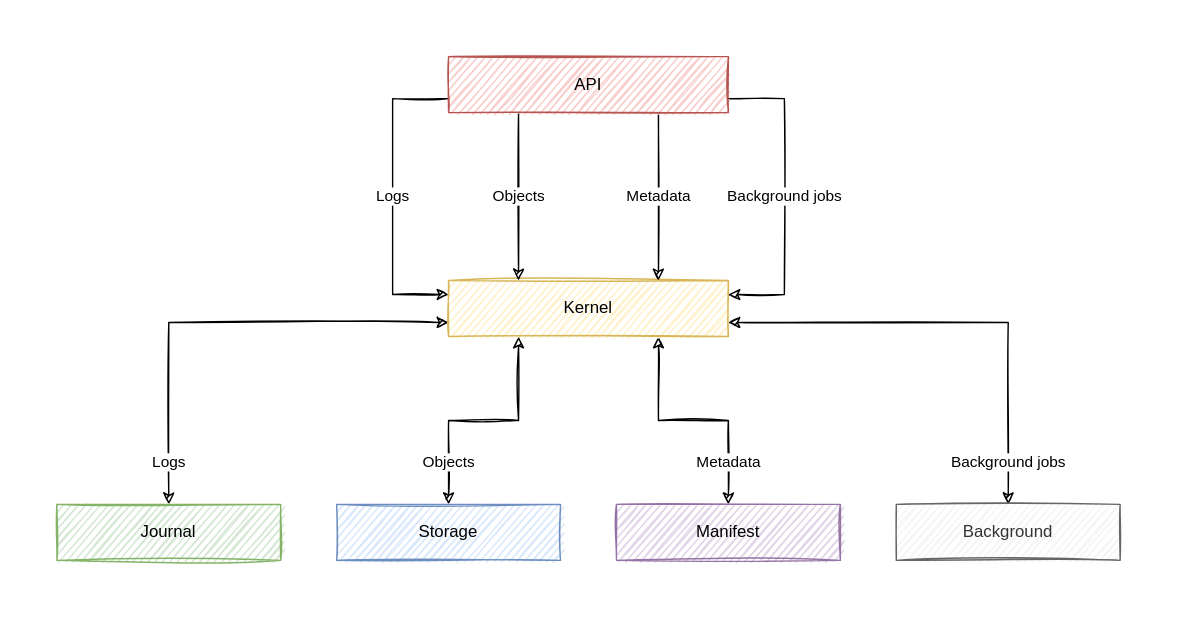
engula/engula keeps this draw.io diagram as docs/images/kernel-implementation.drawio.svg. Above is the earlier version. Source tidied: cells renumbered, new cells last; positions are measured from the earlier drawing's top-left corner, leaving out a move shared by most shapes. Its diagram source:
```xml
<mxGraphModel>
  <root>
    <mxCell id="0" />
    <mxCell id="1" parent="0" />
    <mxCell id="2" style="rounded=0;whiteSpace=wrap;html=1;strokeColor=none;sketch=1;" parent="1" vertex="1">
      <mxGeometry width="840" height="440" as="geometry" />
    </mxCell>
    <mxCell id="3" value="Logs" style="edgeStyle=orthogonalEdgeStyle;html=1;exitX=0;exitY=0.75;exitDx=0;exitDy=0;entryX=0.5;entryY=0;entryDx=0;entryDy=0;sketch=1;rounded=0;startArrow=classic;startFill=1;" parent="1" edge="1" source="7" target="14">
      <mxGeometry x="0.82" relative="1" as="geometry" />
    </mxCell>
    <mxCell id="4" value="Objects" style="edgeStyle=orthogonalEdgeStyle;html=1;exitX=0.25;exitY=1;exitDx=0;exitDy=0;entryX=0.5;entryY=0;entryDx=0;entryDy=0;sketch=1;rounded=0;startArrow=classic;startFill=1;" parent="1" edge="1" source="7" target="8">
      <mxGeometry x="0.65" relative="1" as="geometry">
        <Array as="points">
          <mxPoint x="370" y="300" />
          <mxPoint x="320" y="300" />
        </Array>
      </mxGeometry>
    </mxCell>
    <mxCell id="5" value="Background jobs" style="edgeStyle=orthogonalEdgeStyle;rounded=0;sketch=1;html=1;exitX=1;exitY=0.75;exitDx=0;exitDy=0;entryX=0.5;entryY=0;entryDx=0;entryDy=0;startArrow=classic;startFill=1;" parent="1" edge="1" source="7" target="15">
      <mxGeometry x="0.82" relative="1" as="geometry" />
    </mxCell>
    <mxCell id="6" value="Metadata" style="edgeStyle=orthogonalEdgeStyle;rounded=0;sketch=1;html=1;exitX=0.75;exitY=1;exitDx=0;exitDy=0;entryX=0.5;entryY=0;entryDx=0;entryDy=0;startArrow=classic;startFill=1;" parent="1" edge="1" source="7" target="16">
      <mxGeometry x="0.65" relative="1" as="geometry" />
    </mxCell>
    <mxCell id="7" value="Kernel" style="rounded=0;whiteSpace=wrap;html=1;sketch=1;fillColor=#fff2cc;strokeColor=#d6b656;" parent="1" vertex="1">
      <mxGeometry x="320" y="200" width="200" height="40" as="geometry" />
    </mxCell>
    <mxCell id="8" value="Storage" style="rounded=0;whiteSpace=wrap;html=1;sketch=1;fillColor=#dae8fc;strokeColor=#6c8ebf;" parent="1" vertex="1">
      <mxGeometry x="240" y="360" width="160" height="40" as="geometry" />
    </mxCell>
    <mxCell id="9" value="Logs" style="edgeStyle=orthogonalEdgeStyle;rounded=0;sketch=1;html=1;exitX=0;exitY=0.75;exitDx=0;exitDy=0;entryX=0;entryY=0.25;entryDx=0;entryDy=0;startArrow=none;startFill=0;entryPerimeter=0;" parent="1" edge="1" source="13" target="7">
      <mxGeometry relative="1" as="geometry">
        <Array as="points">
          <mxPoint x="280" y="70" />
          <mxPoint x="280" y="210" />
        </Array>
      </mxGeometry>
    </mxCell>
    <mxCell id="10" value="Metadata" style="edgeStyle=orthogonalEdgeStyle;rounded=0;sketch=1;html=1;exitX=0.75;exitY=1;exitDx=0;exitDy=0;entryX=0.75;entryY=0;entryDx=0;entryDy=0;startArrow=none;startFill=0;" parent="1" edge="1" source="13" target="7">
      <mxGeometry relative="1" as="geometry" />
    </mxCell>
    <mxCell id="11" value="Objects" style="edgeStyle=orthogonalEdgeStyle;rounded=0;sketch=1;html=1;exitX=0.25;exitY=1;exitDx=0;exitDy=0;entryX=0.25;entryY=0;entryDx=0;entryDy=0;startArrow=none;startFill=0;" parent="1" edge="1" source="13" target="7">
      <mxGeometry relative="1" as="geometry" />
    </mxCell>
    <mxCell id="12" value="Background jobs" style="edgeStyle=orthogonalEdgeStyle;rounded=0;sketch=1;html=1;exitX=1;exitY=0.75;exitDx=0;exitDy=0;entryX=1;entryY=0.25;entryDx=0;entryDy=0;startArrow=none;startFill=0;" parent="1" edge="1" source="13" target="7">
      <mxGeometry relative="1" as="geometry">
        <Array as="points">
          <mxPoint x="560" y="70" />
          <mxPoint x="560" y="210" />
        </Array>
      </mxGeometry>
    </mxCell>
    <mxCell id="13" value="API" style="rounded=0;whiteSpace=wrap;html=1;sketch=1;fillColor=#f8cecc;strokeColor=#b85450;" parent="1" vertex="1">
      <mxGeometry x="320" y="40" width="200" height="40" as="geometry" />
    </mxCell>
    <mxCell id="14" value="Journal" style="rounded=0;whiteSpace=wrap;html=1;sketch=1;fillColor=#d5e8d4;strokeColor=#82b366;" parent="1" vertex="1">
      <mxGeometry x="40" y="360" width="160" height="40" as="geometry" />
    </mxCell>
    <mxCell id="15" value="Background" style="rounded=0;whiteSpace=wrap;html=1;sketch=1;fillColor=#f5f5f5;strokeColor=#666666;fontColor=#333333;" parent="1" vertex="1">
      <mxGeometry x="640" y="360" width="160" height="40" as="geometry" />
    </mxCell>
    <mxCell id="16" value="Manifest" style="rounded=0;whiteSpace=wrap;html=1;sketch=1;fillColor=#e1d5e7;strokeColor=#9673a6;" parent="1" vertex="1">
      <mxGeometry x="440" y="360" width="160" height="40" as="geometry" />
    </mxCell>
  </root>
</mxGraphModel>
```
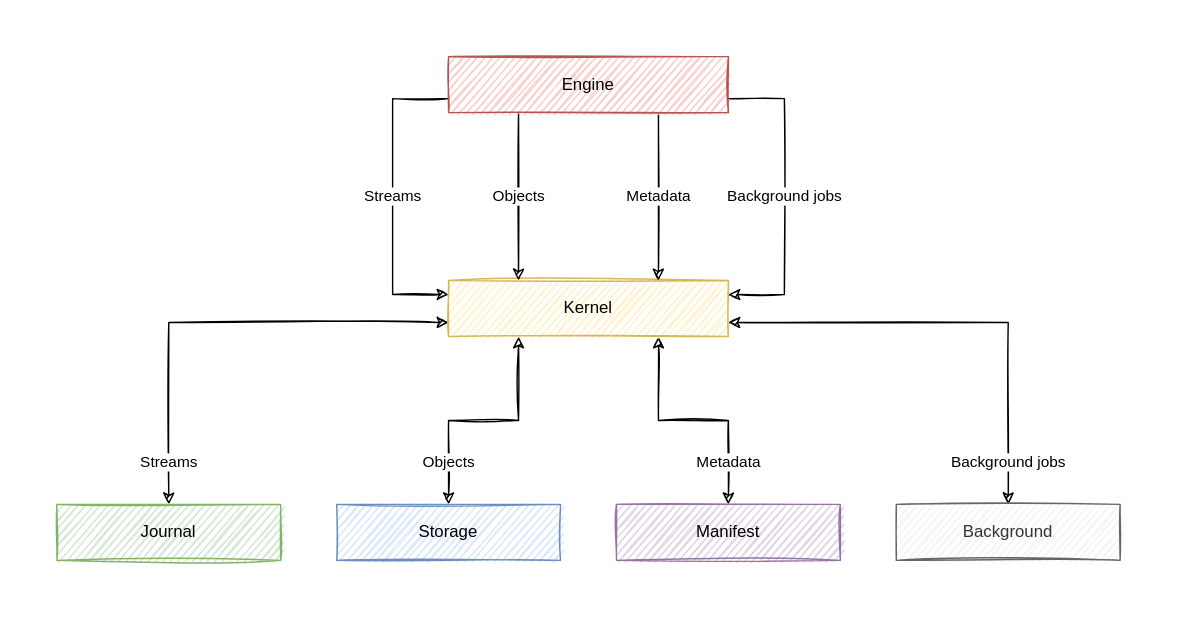
The same file after the commit.

Diff of the diagram source:
```diff
@@ -5,7 +5,7 @@
     <mxCell id="2" style="rounded=0;whiteSpace=wrap;html=1;strokeColor=none;sketch=1;" parent="1" vertex="1">
       <mxGeometry width="840" height="440" as="geometry" />
     </mxCell>
-    <mxCell id="3" value="Logs" style="edgeStyle=orthogonalEdgeStyle;html=1;exitX=0;exitY=0.75;exitDx=0;exitDy=0;entryX=0.5;entryY=0;entryDx=0;entryDy=0;sketch=1;rounded=0;startArrow=classic;startFill=1;" parent="1" edge="1" source="7" target="14">
+    <mxCell id="3" value="Streams" style="edgeStyle=orthogonalEdgeStyle;html=1;exitX=0;exitY=0.75;exitDx=0;exitDy=0;entryX=0.5;entryY=0;entryDx=0;entryDy=0;sketch=1;rounded=0;startArrow=classic;startFill=1;" parent="1" edge="1" source="7" target="14">
       <mxGeometry x="0.82" relative="1" as="geometry" />
     </mxCell>
     <mxCell id="4" value="Objects" style="edgeStyle=orthogonalEdgeStyle;html=1;exitX=0.25;exitY=1;exitDx=0;exitDy=0;entryX=0.5;entryY=0;entryDx=0;entryDy=0;sketch=1;rounded=0;startArrow=classic;startFill=1;" parent="1" edge="1" source="7" target="8">
@@ -28,7 +28,7 @@
     <mxCell id="8" value="Storage" style="rounded=0;whiteSpace=wrap;html=1;sketch=1;fillColor=#dae8fc;strokeColor=#6c8ebf;" parent="1" vertex="1">
       <mxGeometry x="240" y="360" width="160" height="40" as="geometry" />
     </mxCell>
-    <mxCell id="9" value="Logs" style="edgeStyle=orthogonalEdgeStyle;rounded=0;sketch=1;html=1;exitX=0;exitY=0.75;exitDx=0;exitDy=0;entryX=0;entryY=0.25;entryDx=0;entryDy=0;startArrow=none;startFill=0;entryPerimeter=0;" parent="1" edge="1" source="13" target="7">
+    <mxCell id="9" value="Streams" style="edgeStyle=orthogonalEdgeStyle;rounded=0;sketch=1;html=1;exitX=0;exitY=0.75;exitDx=0;exitDy=0;entryX=0;entryY=0.25;entryDx=0;entryDy=0;startArrow=none;startFill=0;entryPerimeter=0;" parent="1" edge="1" source="13" target="7">
       <mxGeometry relative="1" as="geometry">
         <Array as="points">
           <mxPoint x="280" y="70" />
@@ -50,7 +50,7 @@
         </Array>
       </mxGeometry>
     </mxCell>
-    <mxCell id="13" value="API" style="rounded=0;whiteSpace=wrap;html=1;sketch=1;fillColor=#f8cecc;strokeColor=#b85450;" parent="1" vertex="1">
+    <mxCell id="13" value="Engine" style="rounded=0;whiteSpace=wrap;html=1;sketch=1;fillColor=#f8cecc;strokeColor=#b85450;" parent="1" vertex="1">
       <mxGeometry x="320" y="40" width="200" height="40" as="geometry" />
     </mxCell>
     <mxCell id="14" value="Journal" style="rounded=0;whiteSpace=wrap;html=1;sketch=1;fillColor=#d5e8d4;strokeColor=#82b366;" parent="1" vertex="1">
```
